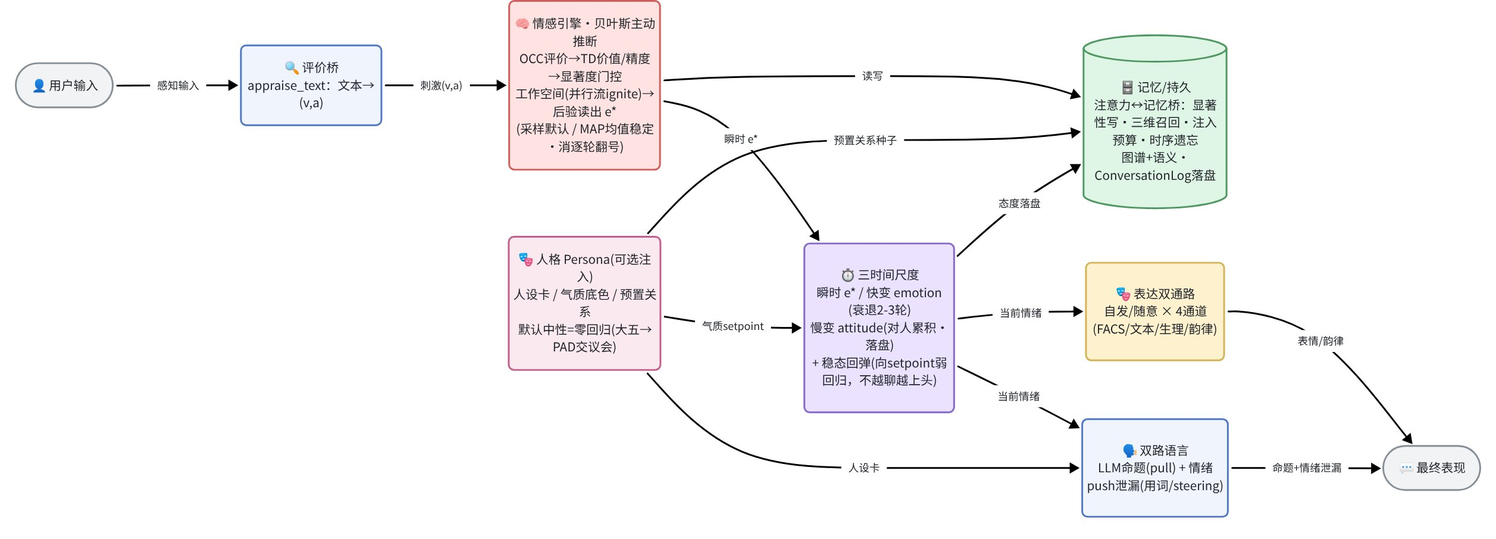
The Mermaid diagram docs/v2/framework-current.png in WizardHeHeJun/Zero, before a commit. Its source is kept beside it as docs/v2/framework-current.mmd.
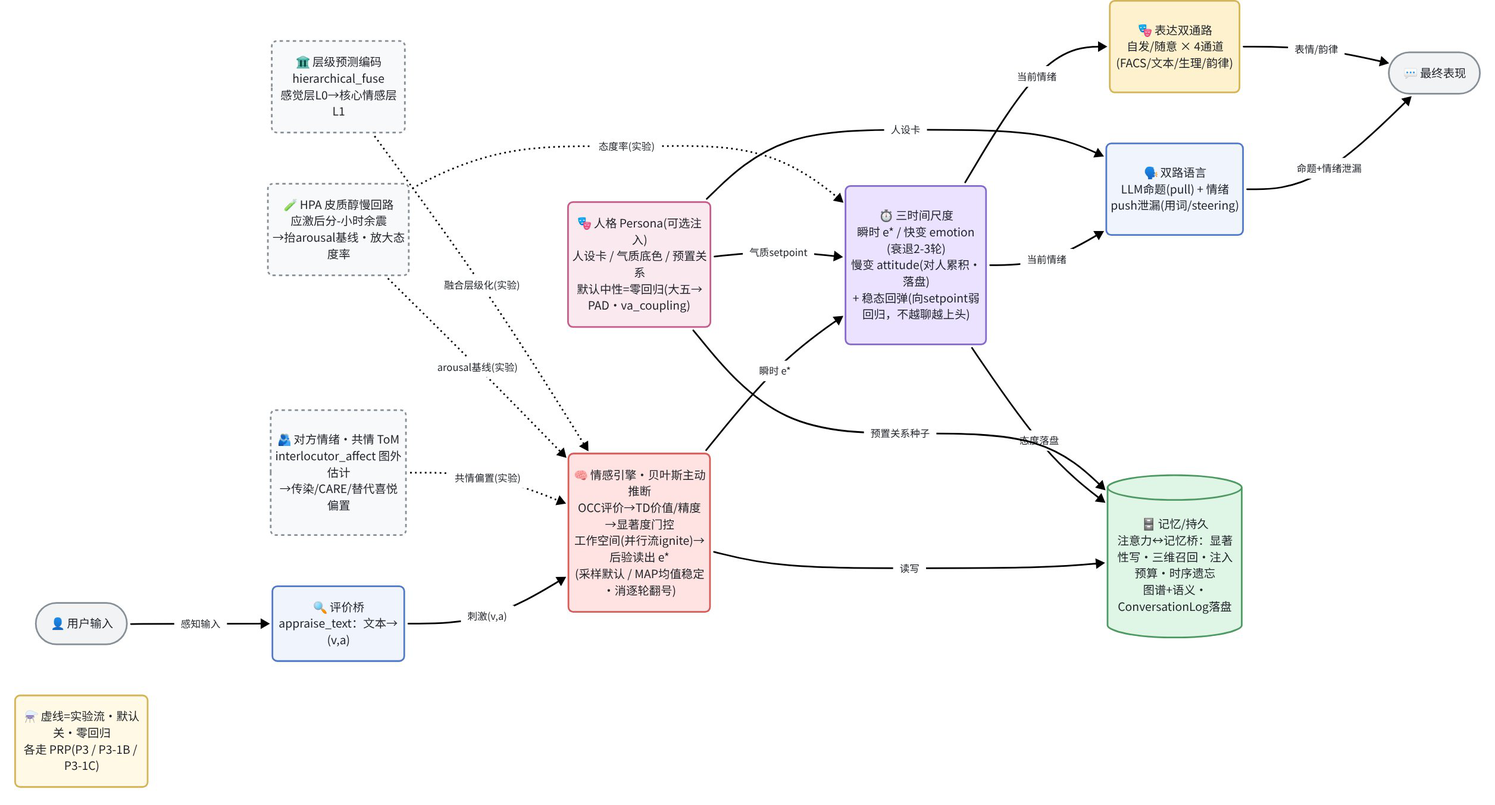
Above is the later version.

The edit, as a diff of the source:
```diff
@@ -5,9 +5,14 @@
   timescales["⏱️ 三时间尺度<br/>瞬时 e* / 快变 emotion(衰退2-3轮)<br/>慢变 attitude(对人累积·落盘)<br/>+ 稳态回弹(向setpoint弱回归，不越聊越上头)"]:::timescale
   language["🗣️ 双路语言<br/>LLM命题(pull) + 情绪push泄漏(用词/steering)"]:::language
   expression["🎭 表达双通路<br/>自发/随意 × 4通道(FACS/文本/生理/韵律)"]:::expression
-  persona["🎭 人格 Persona(可选注入)<br/>人设卡 / 气质底色 / 预置关系<br/>默认中性=零回归(大五→PAD交议会)"]:::persona
+  persona["🎭 人格 Persona(可选注入)<br/>人设卡 / 气质底色 / 预置关系<br/>默认中性=零回归(大五→PAD·va_coupling)"]:::persona
   memory[("🗄️ 记忆/持久<br/>注意力↔记忆桥：显著性写·三维召回·注入预算·时序遗忘<br/>图谱+语义·ConversationLog落盘")]:::memory
   output(["💬 最终表现"]):::terminal
+
+  tom["🫂 对方情绪·共情 ToM<br/>interlocutor_affect 图外估计<br/>→传染/CARE/替代喜悦偏置"]:::experimental
+  hpa["🧪 HPA 皮质醇慢回路<br/>应激后分-小时余震<br/>→抬arousal基线·放大态度率"]:::experimental
+  hpc["🏛️ 层级预测编码<br/>hierarchical_fuse<br/>感觉层L0→核心情感层L1"]:::experimental
+  expnote["⚗️ 虚线=实验流·默认关·零回归<br/>各走 PRP(P3 / P3-1B / P3-1C)"]:::expnote
 
   user -->|"感知输入"| appraise
   appraise -->|"刺激(v,a)"| engine
@@ -22,6 +27,11 @@
   persona -->|"气质setpoint"| timescales
   persona -->|"预置关系种子"| memory
 
+  tom -.->|"共情偏置(实验)"| engine
+  hpa -.->|"arousal基线(实验)"| engine
+  hpa -.->|"态度率(实验)"| timescales
+  hpc -.->|"融合层级化(实验)"| engine
+
   classDef terminal fill:#F1F3F5,stroke:#868E96,color:#1F2329
   classDef appraise fill:#F0F4FC,stroke:#5178C6,color:#1F2329
   classDef engine fill:#FEE3E2,stroke:#D25D5A,color:#1F2329
@@ -30,3 +40,5 @@
   classDef expression fill:#FEF1CE,stroke:#D4B45B,color:#1F2329
   classDef memory fill:#DFF5E5,stroke:#509863,color:#1F2329
   classDef persona fill:#FBE9F0,stroke:#C45D8B,color:#1F2329
+  classDef experimental fill:#F8F9FA,stroke:#868E96,stroke-dasharray:5 5,color:#5C6370
+  classDef expnote fill:#FFF9E6,stroke:#D4B45B,color:#8A6D1B
```
